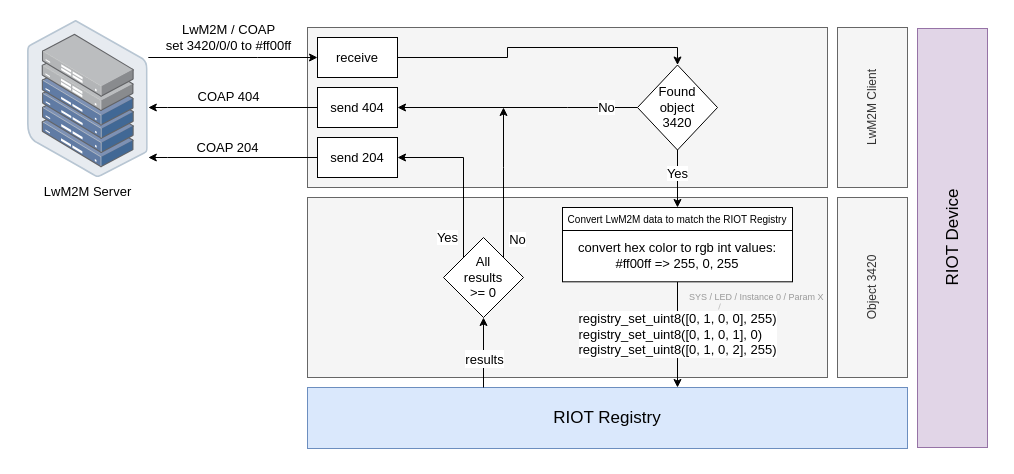
LasseRosenow/riot-runtime-config keeps this draw.io diagram as doc/drawio/lwm2m_integration_flow.drawio. Above is the earlier version. Source tidied: cells renumbered, new cells numbered last; positions are measured from the earlier drawing's top-left corner, leaving out a move shared by most shapes. Both pictures are drawn from the tidied source at 100%, with x=0, y=0 at pixel (17, 17).
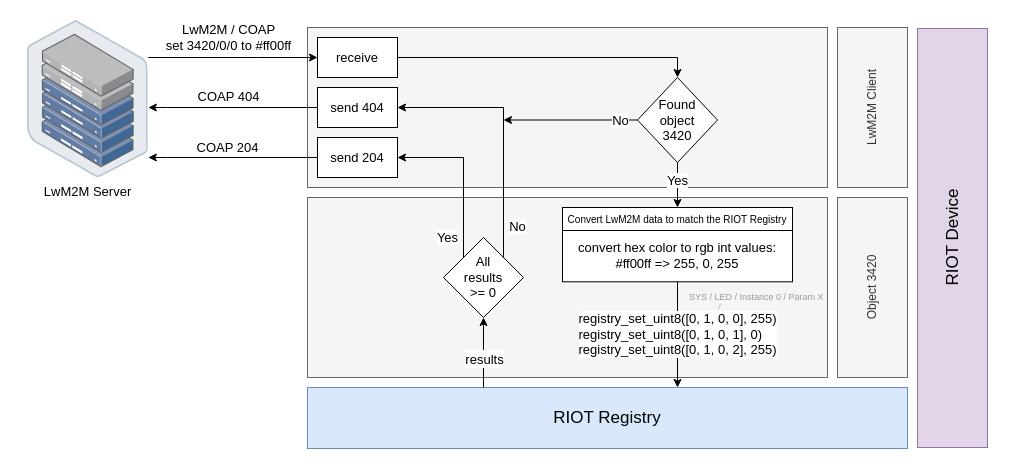
The same diagram, later.

The change refers to these unchanged cells:
```xml
<mxCell id="15" value="&lt;font style=&quot;font-size: 13px&quot;&gt;All &lt;br&gt;results &lt;br&gt;&amp;gt;= 0&lt;/font&gt;" style="rhombus;whiteSpace=wrap;html=1;" parent="1" vertex="1">
  <mxGeometry x="426" y="220" width="80" height="80" as="geometry" />
</mxCell>
<mxCell id="24" value="&lt;font color=&quot;#000000&quot; style=&quot;font-size: 13px&quot;&gt;receive&lt;/font&gt;" style="rounded=0;whiteSpace=wrap;html=1;labelBackgroundColor=none;fontSize=17;" parent="1" vertex="1">
  <mxGeometry x="300" y="20" width="80" height="40" as="geometry" />
</mxCell>
<mxCell id="25" value="&lt;font color=&quot;#000000&quot; style=&quot;font-size: 13px&quot;&gt;send 404&lt;/font&gt;" style="rounded=0;whiteSpace=wrap;html=1;labelBackgroundColor=none;fontSize=17;" parent="1" vertex="1">
  <mxGeometry x="300" y="70" width="80" height="40" as="geometry" />
</mxCell>
<mxCell id="27" value="&lt;font color=&quot;#000000&quot; style=&quot;font-size: 13px&quot;&gt;send 204&lt;/font&gt;" style="rounded=0;whiteSpace=wrap;html=1;labelBackgroundColor=none;fontSize=17;" parent="1" vertex="1">
  <mxGeometry x="300" y="120" width="80" height="40" as="geometry" />
</mxCell>
```

What changed in the source:
```diff
@@
-    <mxCell id="7" value="&lt;font style=&quot;font-size: 13px&quot;&gt;No&lt;/font&gt;" style="edgeStyle=elbowEdgeStyle;rounded=0;html=1;startArrow=none;exitX=0;exitY=0.5;exitDx=0;exitDy=0;" parent="1" edge="1" source="8" target="25">
+    <mxCell id="7" value="&lt;font style=&quot;font-size: 13px&quot;&gt;No&lt;/font&gt;" style="edgeStyle=elbowEdgeStyle;rounded=0;html=1;startArrow=none;exitX=0;exitY=0.5;exitDx=0;exitDy=0;" parent="1" edge="1" source="8">
       <mxGeometry x="-0.74" relative="1" as="geometry">
+        <mxPoint x="486" y="103" as="targetPoint" />
         <Array as="points">
+          <mxPoint x="486" y="95" />
+          <mxPoint x="530" y="80" />
+          <mxPoint x="487" y="94" />
           <mxPoint x="550" y="90" />
           <mxPoint x="519" y="130" />
           <mxPoint x="400" y="130" />
         </Array>
       </mxGeometry>
     </mxCell>
     <mxCell id="8" value="&lt;font style=&quot;font-size: 13px&quot;&gt;Found &lt;br&gt;object&lt;br&gt;3420&lt;/font&gt;" style="rhombus;whiteSpace=wrap;html=1;" parent="1" vertex="1">
-      <mxGeometry x="620" y="47.5" width="80" height="85" as="geometry" />
+      <mxGeometry x="620" y="60" width="80" height="85" as="geometry" />
     </mxCell>
@@
     <mxCell id="10" style="edgeStyle=orthogonalEdgeStyle;rounded=0;html=1;entryX=0.5;entryY=0;entryDx=0;entryDy=0;exitX=1;exitY=0.5;exitDx=0;exitDy=0;" parent="1" edge="1" source="24" target="8">
       <mxGeometry x="-0.2" relative="1" as="geometry">
         <Array as="points">
-          <mxPoint x="490" y="40" />
-          <mxPoint x="490" y="30" />
-          <mxPoint x="660" y="30" />
+          <mxPoint x="660" y="40" />
         </Array>
       </mxGeometry>
     </mxCell>
@@
-    <mxCell id="16" value="&lt;font style=&quot;font-size: 13px&quot;&gt;No&lt;/font&gt;" style="edgeStyle=elbowEdgeStyle;rounded=0;html=1;exitX=1;exitY=0;exitDx=0;exitDy=0;" parent="1" edge="1" source="15">
+    <mxCell id="16" value="&lt;font style=&quot;font-size: 13px&quot;&gt;No&lt;/font&gt;" style="edgeStyle=elbowEdgeStyle;rounded=0;html=1;exitX=1;exitY=0;exitDx=0;exitDy=0;" parent="1" edge="1" source="15" target="25">
       <mxGeometry x="-0.76" y="-14" relative="1" as="geometry">
-        <mxPoint x="486" y="90" as="targetPoint" />
         <Array as="points">
           <mxPoint x="486" y="150" />
           <mxPoint x="500" y="140" />
           <mxPoint x="466" y="150" />
           <mxPoint x="466" y="210" />
           <mxPoint x="466" y="170" />
           <mxPoint x="420" y="140" />
           <mxPoint x="410" y="80" />
         </Array>
       </mxGeometry>
     </mxCell>
-    <mxCell id="17" value="&lt;font style=&quot;font-size: 13px&quot;&gt;Yes&lt;/font&gt;" style="edgeStyle=elbowEdgeStyle;rounded=0;html=1;startArrow=none;exitX=0;exitY=0;exitDx=0;exitDy=0;" parent="1" edge="1" source="15" target="27">
+    <mxCell id="17" value="&lt;font style=&quot;font-size: 13px&quot;&gt;Yes&lt;/font&gt;" style="edgeStyle=elbowEdgeStyle;rounded=0;html=1;startArrow=none;exitX=0;exitY=0;exitDx=0;exitDy=0;entryX=1;entryY=0.5;entryDx=0;entryDy=0;" parent="1" edge="1" source="15" target="27">
       <mxGeometry x="-0.76" y="16" relative="1" as="geometry">
         <Array as="points">
           <mxPoint x="446" y="200" />
           <mxPoint x="430" y="200" />
           <mxPoint x="430" y="190" />
         </Array>
       </mxGeometry>
     </mxCell>
```
